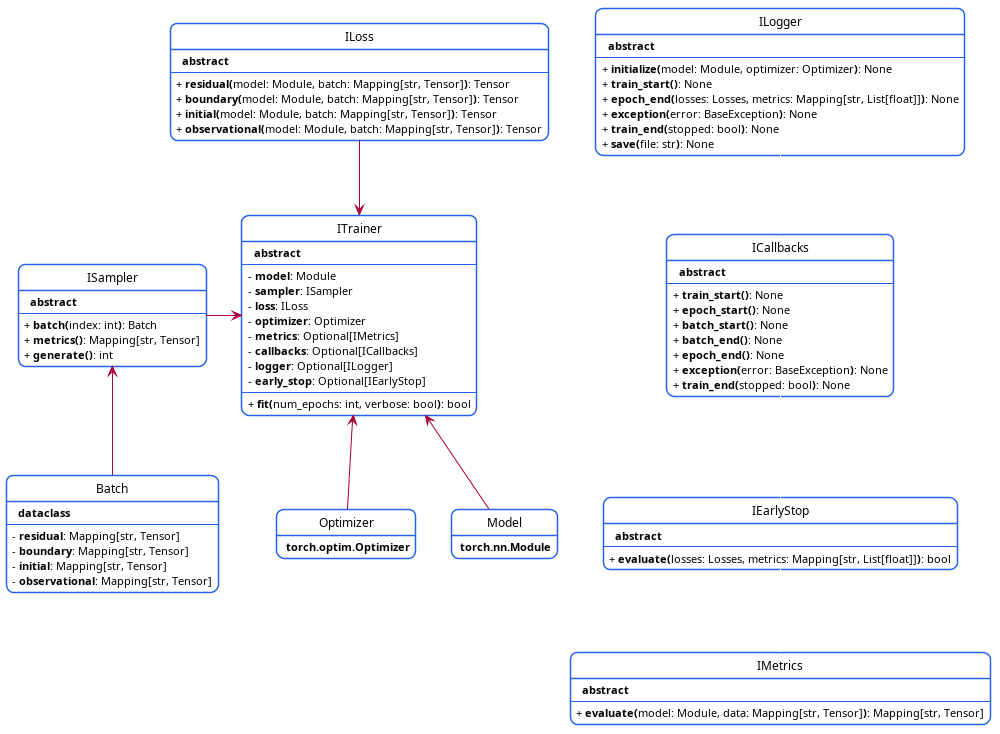
This is docs/contracts/trainer.png from luralves/bernet, a PlantUML export, as it was before one commit. Its source is kept beside it as docs/contracts/trainer.puml. Source of this version:
```plantuml
@startuml trainer

!include sampler.puml
!include metrics.puml
!include loss.puml
!include logger.puml
!include early_stop.puml
!include callbacks.puml

skinparam backgroundColor #FFFFFF
skinparam classBackgroundColor #FFFFFF
skinparam classBorderColor #2563EB
skinparam roundCorner 15
skinparam shadowing false

hide empty members

hide circle

skinparam CircledCharacterRadius 10

skinparam classAttributeIconSize 0

class Model {
    ** torch.nn.Module**
}

class Optimizer {
    ** torch.optim.Optimizer**
}

class ITrainer {
    **  abstract**
    --
    - ** model**: Module
    - ** sampler**: ISampler
    - ** loss**: ILoss
    - ** optimizer**: Optimizer
    - ** metrics**: Optional[IMetrics]
    - ** callbacks**: Optional[ICallbacks]
    - ** logger**: Optional[ILogger]
    - ** early_stop**: Optional[IEarlyStop]
    --
    + ** fit(**num_epochs: int, verbose: bool**)**: bool
}

IMetrics -up[#white]- IEarlyStop
IEarlyStop -up[#white]- ICallbacks
ICallbacks -up[#white]- ILogger

ITrainer <-up-  Model
ITrainer <-up-  Optimizer
ITrainer <-right-  ISampler
ITrainer <-down- ILoss

@enduml
```
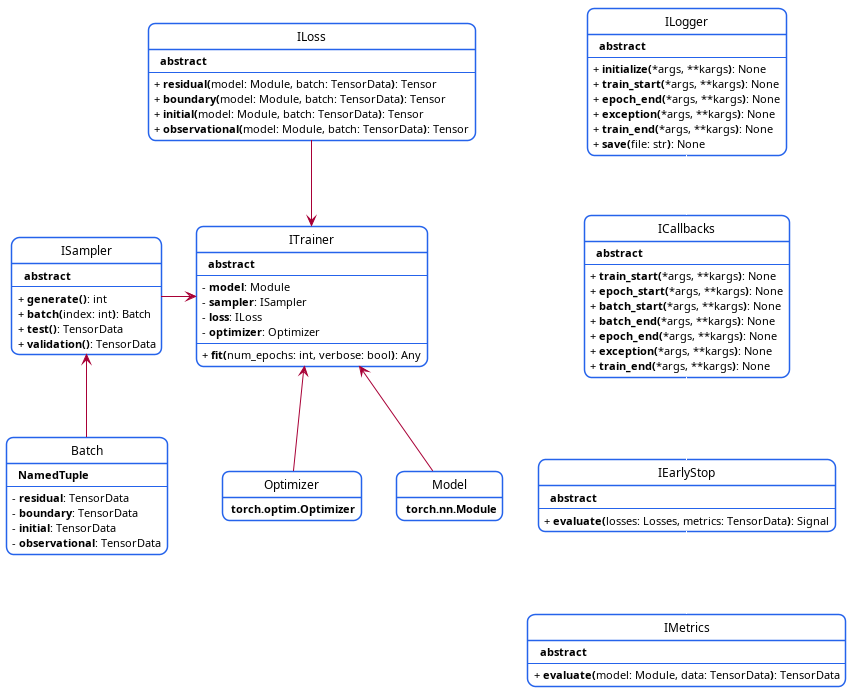
Above is the later version.

Change to the diagram source:
```diff
@@ -36,12 +36,8 @@
     - ** sampler**: ISampler
     - ** loss**: ILoss
     - ** optimizer**: Optimizer
-    - ** metrics**: Optional[IMetrics]
-    - ** callbacks**: Optional[ICallbacks]
-    - ** logger**: Optional[ILogger]
-    - ** early_stop**: Optional[IEarlyStop]
     --
-    + ** fit(**num_epochs: int, verbose: bool**)**: bool
+    + ** fit(**num_epochs: int, verbose: bool**)**: Any
 }
 
 IMetrics -up[#white]- IEarlyStop
```
